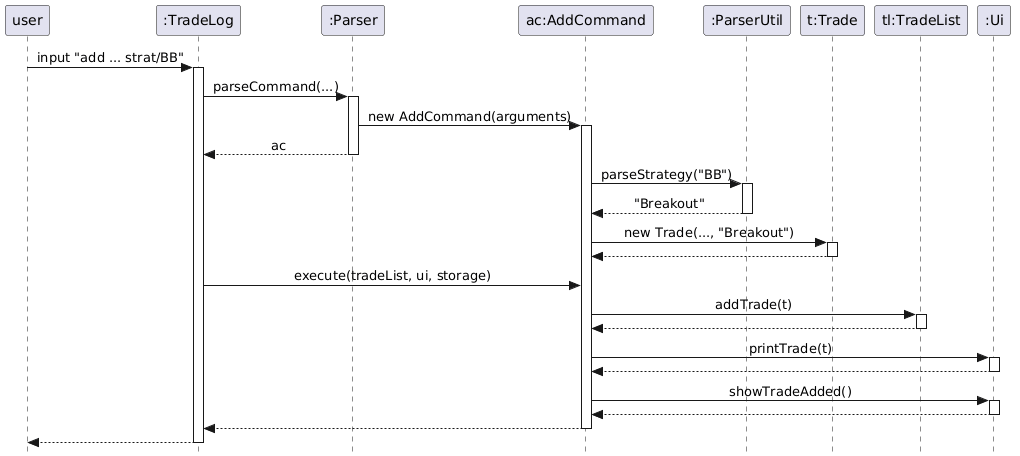
Above: docs/diagrams/strategy-shortcut-add-sequence.png in AY2526S2-CS2113-T11-2/tp (PlantUML), before the change.
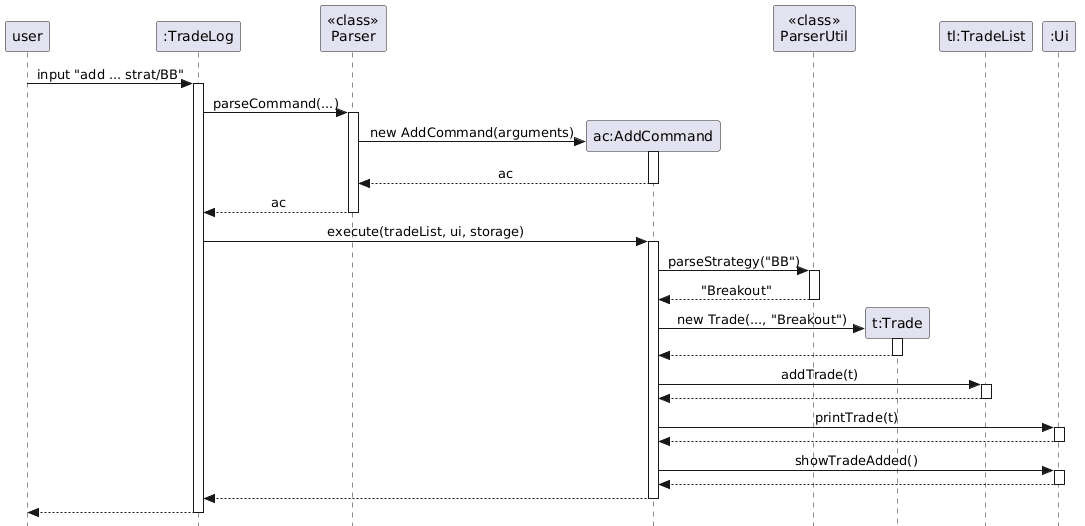
The same file after the commit.

Diff of the diagram source:
```diff
@@ -5,9 +5,9 @@
 
 participant "user" as User
 participant ":TradeLog" as TradeLog
-participant ":Parser" as Parser
+participant "<<class>>\nParser" as Parser
 participant "ac:AddCommand" as AddCommand
-participant ":ParserUtil" as ParserUtil
+participant "<<class>>\nParserUtil" as ParserUtil
 participant "t:Trade" as Trade
 participant "tl:TradeList" as TradeList
 participant ":Ui" as Ui
@@ -17,22 +17,28 @@
 
 TradeLog -> Parser : parseCommand(...)
 activate Parser
+create AddCommand
 Parser -> AddCommand : new AddCommand(arguments)
 activate AddCommand
+AddCommand --> Parser : ac
+deactivate AddCommand
 Parser --> TradeLog : ac
 deactivate Parser
+
+TradeLog -> AddCommand : execute(tradeList, ui, storage)
+activate AddCommand
 
 AddCommand -> ParserUtil : parseStrategy("BB")
 activate ParserUtil
 ParserUtil --> AddCommand : "Breakout"
 deactivate ParserUtil
 
+create Trade
 AddCommand -> Trade : new Trade(..., "Breakout")
 activate Trade
 Trade --> AddCommand
 deactivate Trade
 
-TradeLog -> AddCommand : execute(tradeList, ui, storage)
 AddCommand -> TradeList : addTrade(t)
 activate TradeList
 TradeList --> AddCommand
```
